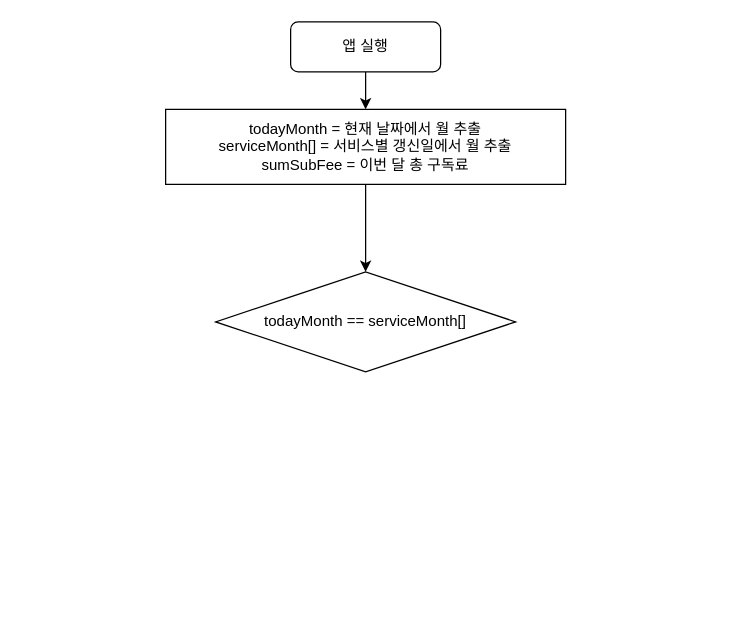
This is 과제(레포트)/Untitled Diagram.drawio from UniM0cha/Inhatc-Android, a draw.io file, before an edit. Source tidied: cells renumbered, new cells numbered last; positions are measured from the earlier drawing's top-left corner, leaving out a move shared by most shapes. Both pictures are drawn from the tidied source at 125%, with x=0, y=0 at pixel (165, 21).
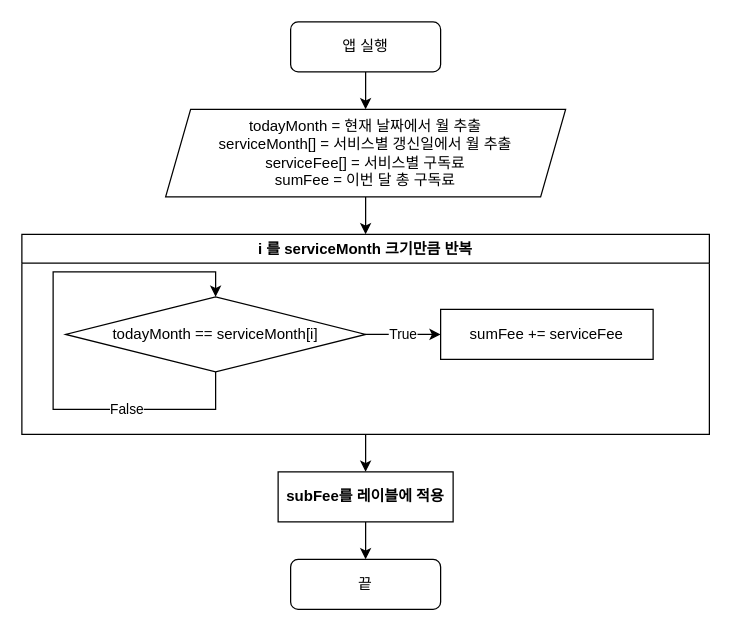
Above is the later version.

Change to the diagram source:
```diff
@@
 <mxGraphModel>
   <root>
     <mxCell id="0" />
     <mxCell id="1" parent="0" />
+    <mxCell id="7" style="edgeStyle=orthogonalEdgeStyle;rounded=0;jettySize=auto;html=1;entryX=0.5;entryY=0;entryDx=0;entryDy=0;" parent="1" edge="1" source="2" target="9">
+      <mxGeometry relative="1" as="geometry" />
+    </mxCell>
-    <mxCell id="2" value="todayMonth = 현재 날짜에서 월 추출&lt;br&gt;serviceMonth[] = 서비스별 갱신일에서 월 추출&lt;br&gt;sumSubFee = 이번 달 총 구독료" style="whiteSpace=wrap;html=1;rounded=1;shadow=0;strokeWidth=1;glass=0;arcSize=0;" parent="1" vertex="1">
-      <mxGeometry y="70" width="320" height="60" as="geometry" />
+    <mxCell id="2" value="todayMonth = 현재 날짜에서 월 추출&lt;br&gt;serviceMonth[] = 서비스별 갱신일에서 월 추출&lt;br&gt;serviceFee[] = 서비스별 구독료&lt;br&gt;sumFee = 이번 달 총 구독료" style="shape=parallelogram;perimeter=parallelogramPerimeter;whiteSpace=wrap;html=1;fixedSize=1;shadow=0;fontFamily=Helvetica;fontSize=12;fontColor=#000000;align=center;strokeColor=#000000;strokeWidth=1;fillColor=#ffffff;" parent="1" vertex="1">
+      <mxGeometry y="70" width="320" height="70" as="geometry" />
     </mxCell>
     <mxCell id="3" style="edgeStyle=orthogonalEdgeStyle;rounded=0;jettySize=auto;html=1;" parent="1" edge="1" source="4" target="2">
       <mxGeometry relative="1" as="geometry" />
     </mxCell>
     <mxCell id="4" value="앱 실행" style="rounded=1;whiteSpace=wrap;html=1;fontSize=12;glass=0;strokeWidth=1;shadow=0;" parent="1" vertex="1">
       <mxGeometry x="100" width="120" height="40" as="geometry" />
     </mxCell>
-    <mxCell id="5" style="edgeStyle=orthogonalEdgeStyle;rounded=0;jettySize=auto;html=1;" parent="1" edge="1" source="2" target="6">
-      <mxGeometry relative="1" as="geometry" />
-    </mxCell>
+    <mxCell id="8" style="edgeStyle=orthogonalEdgeStyle;rounded=0;jettySize=auto;html=1;" parent="1" edge="1" source="9" target="14">
+      <mxGeometry relative="1" as="geometry" />
+    </mxCell>
+    <mxCell id="9" value="i 를 serviceMonth 크기만큼 반복" style="swimlane;startSize=23;" parent="1" vertex="1">
+      <mxGeometry x="-115" y="170" width="550" height="160" as="geometry" />
+    </mxCell>
-    <mxCell id="6" value="todayMonth == serviceMonth[]" style="rhombus;whiteSpace=wrap;html=1;rounded=1;shadow=0;strokeWidth=1;glass=0;arcSize=0;" parent="1" vertex="1">
-      <mxGeometry x="40" y="200" width="240" height="80" as="geometry" />
+    <mxCell id="6" value="todayMonth == serviceMonth[i]" style="rhombus;whiteSpace=wrap;html=1;rounded=1;shadow=0;strokeWidth=1;glass=0;arcSize=0;" parent="9" vertex="1">
+      <mxGeometry x="35" y="50" width="240" height="60" as="geometry" />
     </mxCell>
+    <mxCell id="10" value="sumFee += serviceFee" style="whiteSpace=wrap;html=1;rounded=1;shadow=0;strokeWidth=1;glass=0;arcSize=0;" parent="9" vertex="1">
+      <mxGeometry x="335" y="60" width="170" height="40" as="geometry" />
+    </mxCell>
+    <mxCell id="11" value="True" style="edgeStyle=orthogonalEdgeStyle;rounded=0;jettySize=auto;html=1;" parent="9" edge="1" source="6" target="10">
+      <mxGeometry relative="1" as="geometry" />
+    </mxCell>
+    <mxCell id="12" value="False" style="edgeStyle=orthogonalEdgeStyle;rounded=0;orthogonalLoop=1;jettySize=auto;html=1;exitX=0.5;exitY=1;exitDx=0;exitDy=0;entryX=0.5;entryY=0;entryDx=0;entryDy=0;" parent="9" edge="1" source="6" target="6">
+      <mxGeometry x="-0.52" relative="1" as="geometry">
+        <Array as="points">
+          <mxPoint x="155" y="140" />
+          <mxPoint x="25" y="140" />
+          <mxPoint x="25" y="30" />
+          <mxPoint x="155" y="30" />
+        </Array>
+      </mxGeometry>
+    </mxCell>
+    <mxCell id="13" style="edgeStyle=orthogonalEdgeStyle;rounded=0;jettySize=auto;html=1;entryX=0.5;entryY=0;entryDx=0;entryDy=0;" parent="1" edge="1" source="14" target="15">
+      <mxGeometry relative="1" as="geometry" />
+    </mxCell>
+    <mxCell id="14" value="subFee를 레이블에 적용" style="whiteSpace=wrap;html=1;fontStyle=1;startSize=23;" parent="1" vertex="1">
+      <mxGeometry x="90" y="360" width="140" height="40" as="geometry" />
+    </mxCell>
+    <mxCell id="15" value="끝" style="rounded=1;whiteSpace=wrap;html=1;fontSize=12;glass=0;strokeWidth=1;shadow=0;" parent="1" vertex="1">
+      <mxGeometry x="100" y="430" width="120" height="40" as="geometry" />
+    </mxCell>
   </root>
 </mxGraphModel>
```
